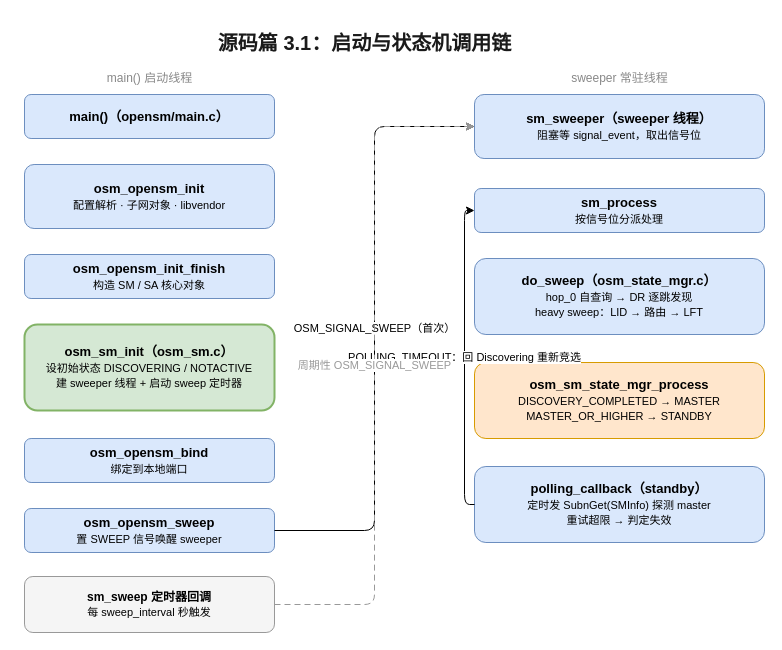
Before: images/23-opensm-code-startup.drawio in xiaok1051/Articles, a draw.io diagram. Source tidied: cells renumbered, new cells numbered last; positions are measured from the earlier drawing's top-left corner, leaving out a move shared by most shapes. Both pictures are drawn from the tidied source at 100%, with x=0, y=0 at pixel (24, 24).
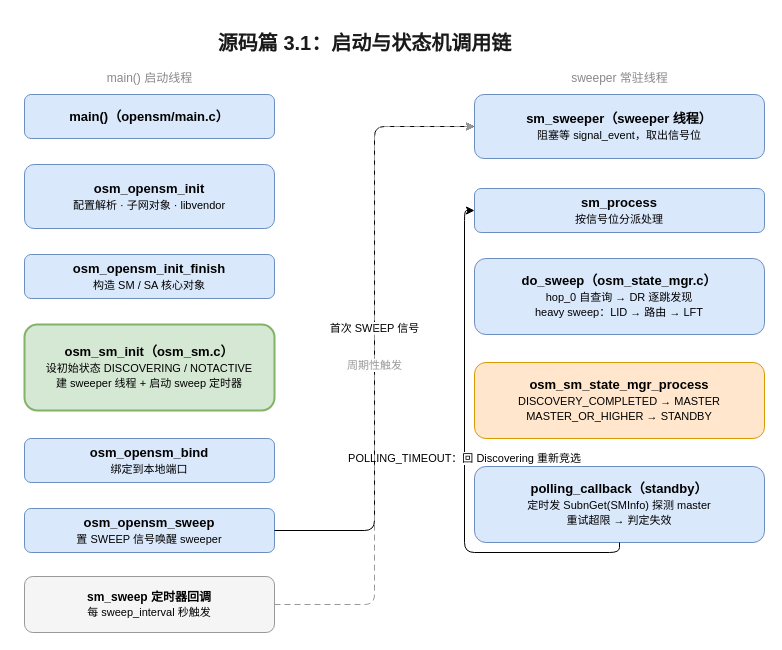
After the change.

Commit message (it also covers changes not shown here):
fix(opensm): 修正源码篇流程图标签重叠

Unchanged cells that the change refers to:
```xml
<mxCell id="10" value="&lt;b&gt;osm_opensm_sweep&lt;/b&gt;&lt;br&gt;&lt;font style=&quot;font-size:11px&quot;&gt;置 SWEEP 信号唤醒 sweeper&lt;/font&gt;" style="rounded=1;whiteSpace=wrap;html=1;fillColor=#dae8fc;strokeColor=#6c8ebf;fontSize=13;" parent="1" vertex="1">
  <mxGeometry y="484" width="250" height="44" as="geometry" />
</mxCell>
<mxCell id="11" value="&lt;b&gt;sm_sweeper（sweeper 线程）&lt;/b&gt;&lt;br&gt;&lt;font style=&quot;font-size:11px&quot;&gt;阻塞等 signal_event，取出信号位&lt;/font&gt;" style="rounded=1;whiteSpace=wrap;html=1;fillColor=#dae8fc;strokeColor=#6c8ebf;fontSize=13;" parent="1" vertex="1">
  <mxGeometry x="450" y="70" width="290" height="64" as="geometry" />
</mxCell>
<mxCell id="12" value="&lt;b&gt;sm_process&lt;/b&gt;&lt;br&gt;&lt;font style=&quot;font-size:11px&quot;&gt;按信号位分派处理&lt;/font&gt;" style="rounded=1;whiteSpace=wrap;html=1;fillColor=#dae8fc;strokeColor=#6c8ebf;fontSize=13;" parent="1" vertex="1">
  <mxGeometry x="450" y="164" width="290" height="44" as="geometry" />
</mxCell>
<mxCell id="15" value="&lt;b&gt;polling_callback（standby）&lt;/b&gt;&lt;br&gt;&lt;font style=&quot;font-size:11px&quot;&gt;定时发 SubnGet(SMInfo) 探测 master&lt;br&gt;重试超限 → 判定失效&lt;/font&gt;" style="rounded=1;whiteSpace=wrap;html=1;fillColor=#dae8fc;strokeColor=#6c8ebf;fontSize=13;" parent="1" vertex="1">
  <mxGeometry x="450" y="442" width="290" height="76" as="geometry" />
</mxCell>
<mxCell id="16" value="&lt;b&gt;sm_sweep 定时器回调&lt;/b&gt;&lt;br&gt;&lt;font style=&quot;font-size:11px&quot;&gt;每 sweep_interval 秒触发&lt;/font&gt;" style="rounded=1;whiteSpace=wrap;html=1;fillColor=#f5f5f5;strokeColor=#999999;fontSize=12;" parent="1" vertex="1">
  <mxGeometry y="552" width="250" height="56" as="geometry" />
</mxCell>
```

What changed in the source:
```diff
@@
-    <mxCell id="26" value="POLLING_TIMEOUT：回 Discovering 重新竞选" style="edgeStyle=orthogonalEdgeStyle;html=1;exitX=0;exitY=0.5;entryX=0;entryY=0.5;" parent="1" edge="1" source="15" target="12">
+    <mxCell id="26" value="POLLING_TIMEOUT：回 Discovering 重新竞选" style="edgeStyle=orthogonalEdgeStyle;html=1;exitX=0.5;exitY=1;entryX=0;entryY=0.5;" parent="1" edge="1" source="15" target="12">
       <mxGeometry relative="1" as="geometry" />
     </mxCell>
-    <mxCell id="27" value="OSM_SIGNAL_SWEEP（首次）" style="edgeStyle=orthogonalEdgeStyle;html=1;exitX=1;exitY=0.5;entryX=0;entryY=0.5;" parent="1" edge="1" source="10" target="11">
+    <mxCell id="27" value="首次 SWEEP 信号" style="edgeStyle=orthogonalEdgeStyle;html=1;exitX=1;exitY=0.5;entryX=0;entryY=0.5;" parent="1" edge="1" source="10" target="11">
       <mxGeometry relative="1" as="geometry" />
     </mxCell>
-    <mxCell id="28" value="周期性 OSM_SIGNAL_SWEEP" style="edgeStyle=orthogonalEdgeStyle;html=1;dashed=1;dashPattern=6 4;strokeColor=#999999;fontColor=#999999;exitX=1;exitY=0.5;entryX=0;entryY=0.5;" parent="1" edge="1" source="16" target="11">
+    <mxCell id="28" value="周期性触发" style="edgeStyle=orthogonalEdgeStyle;html=1;dashed=1;dashPattern=6 4;strokeColor=#999999;fontColor=#999999;exitX=1;exitY=0.5;entryX=0;entryY=0.5;" parent="1" edge="1" source="16" target="11">
       <mxGeometry relative="1" as="geometry" />
     </mxCell>
```
